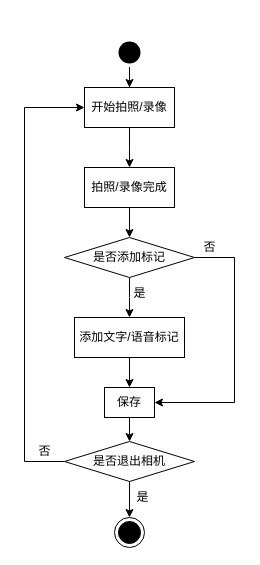
Before: page "添加标记时间点-流程图" (1 of 2) of 影像快速标记.drawio in fengli-git/storehouse, a draw.io diagram. Source tidied: cells renumbered, new cells numbered last; positions are measured from the earlier drawing's top-left corner, leaving out a move shared by most shapes. Both pictures are drawn from the tidied source at 100%, with x=0, y=0 at pixel (24, 37).
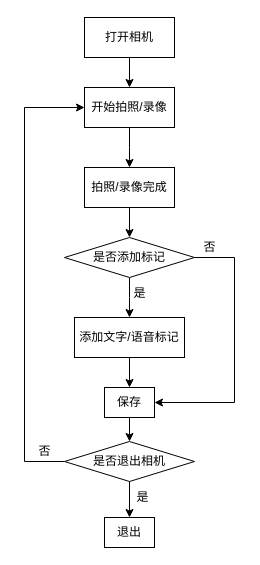
The same diagram, later.

Commit message:
更新影像快速标记.drawio

Unchanged cells that the change refers to:
```xml
<mxCell id="6" value="开始拍照/录像" style="rounded=0;whiteSpace=wrap;html=1;strokeColor=#000000;" parent="1" vertex="1">
  <mxGeometry x="60" y="50" width="90" height="40" as="geometry" />
</mxCell>
<mxCell id="20" value="是否退出相机" style="rhombus;whiteSpace=wrap;html=1;strokeColor=#000000;" parent="1" vertex="1">
  <mxGeometry x="40" y="404" width="130" height="40" as="geometry" />
</mxCell>
```

Change to the diagram source:
```diff
@@
-    <mxCell id="2" style="edgeStyle=orthogonalEdgeStyle;rounded=0;jettySize=auto;html=1;exitX=0.5;exitY=1;exitDx=0;exitDy=0;" parent="1" edge="1" source="3" target="6">
-      <mxGeometry relative="1" as="geometry" />
-    </mxCell>
-    <mxCell id="3" style="ellipse;html=1;shape=endState;fillColor=#000000;strokeColor=none;" parent="1" vertex="1">
-      <mxGeometry x="90" width="30" height="30" as="geometry" />
-    </mxCell>
-    <mxCell id="4" style="ellipse;html=1;shape=endState;fillColor=#000000;" parent="1" vertex="1">
-      <mxGeometry x="90" y="480" width="30" height="30" as="geometry" />
-    </mxCell>
@@
-    <mxCell id="18" style="edgeStyle=orthogonalEdgeStyle;rounded=0;jettySize=auto;html=1;exitX=0.5;exitY=1;exitDx=0;exitDy=0;entryX=0.5;entryY=0;entryDx=0;entryDy=0;" parent="1" edge="1" source="20" target="4">
-      <mxGeometry relative="1" as="geometry" />
+    <mxCell id="18" style="edgeStyle=orthogonalEdgeStyle;rounded=0;jettySize=auto;html=1;exitX=0.5;exitY=1;exitDx=0;exitDy=0;entryX=0.5;entryY=0;entryDx=0;entryDy=0;" parent="1" edge="1" source="20">
+      <mxGeometry relative="1" as="geometry">
+        <mxPoint x="105" y="480" as="targetPoint" />
+      </mxGeometry>
     </mxCell>
@@
+    <mxCell id="23" value="退出" style="rounded=0;whiteSpace=wrap;html=1;strokeColor=#000000;" parent="1" vertex="1">
+      <mxGeometry x="80" y="480" width="50" height="30" as="geometry" />
+    </mxCell>
+    <mxCell id="24" style="edgeStyle=orthogonalEdgeStyle;rounded=0;jettySize=auto;html=1;exitX=0.5;exitY=1;exitDx=0;exitDy=0;entryX=0.5;entryY=0;entryDx=0;entryDy=0;" parent="1" edge="1" source="25" target="6">
+      <mxGeometry relative="1" as="geometry" />
+    </mxCell>
+    <mxCell id="25" value="打开相机" style="rounded=0;whiteSpace=wrap;html=1;strokeColor=#000000;" parent="1" vertex="1">
+      <mxGeometry x="60" y="-20" width="90" height="40" as="geometry" />
+    </mxCell>
```
